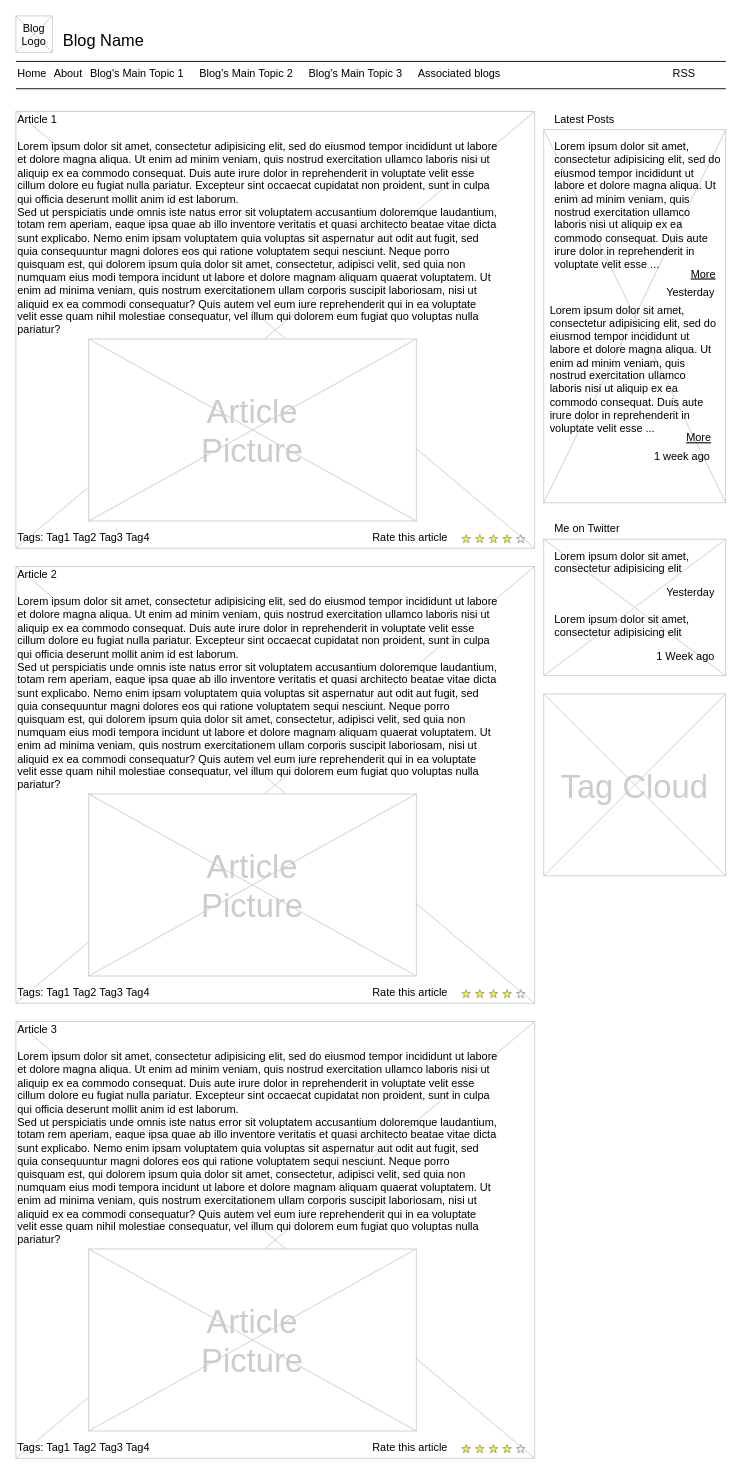
Above: page "HomePage" (1 of 2) of designDocs/QuizEngine.drawio in byui-cit-internship/QuizEngine (draw.io), before the change. Source tidied: cells renumbered, new cells numbered last; positions are measured from the earlier drawing's top-left corner, leaving out a move shared by most shapes. Both pictures are drawn from the tidied source at 91%, with x=0, y=0 at pixel (15, 15).
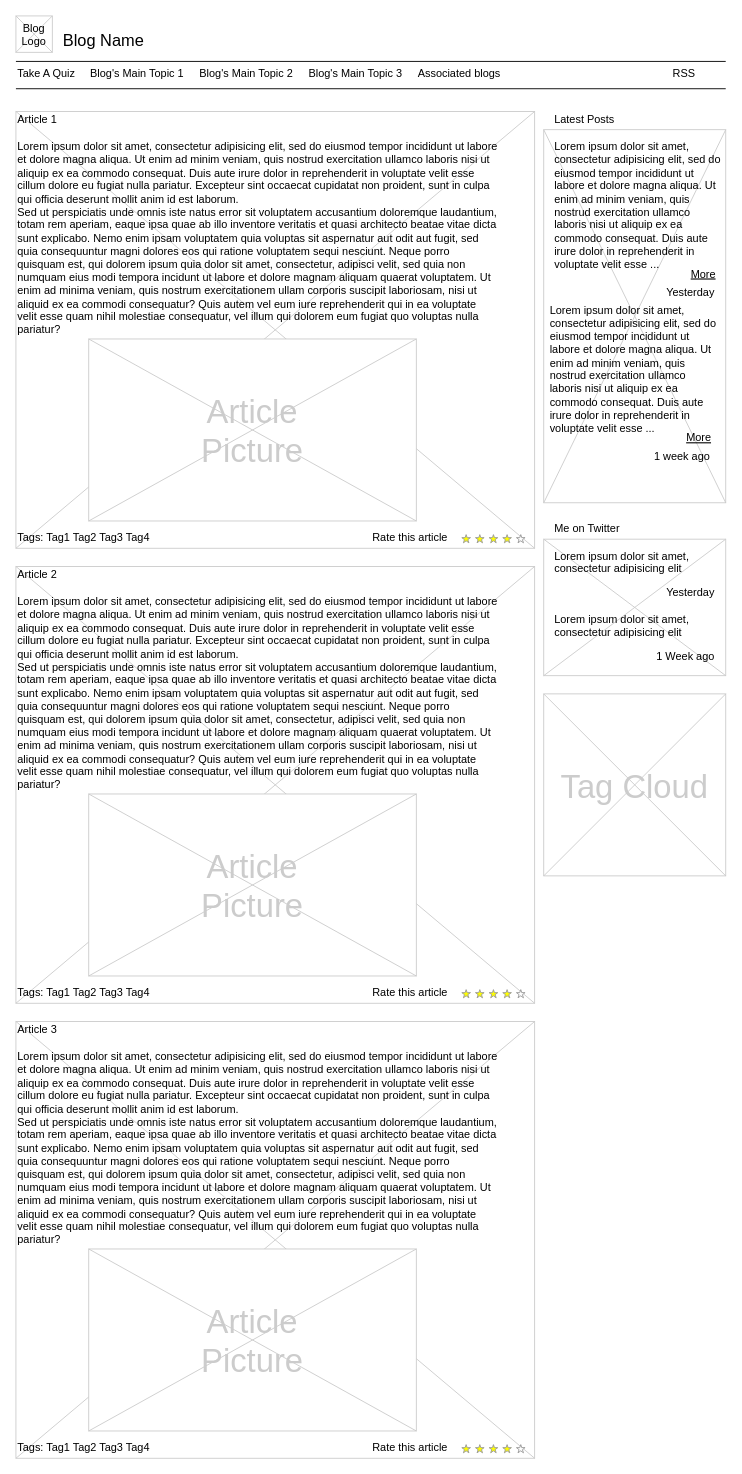
The same diagram, later.

Change to the diagram source:
```diff
@@
-    <mxCell id="7" value="Home" style="text;spacingTop=-5;" parent="1" vertex="1">
+    <mxCell id="7" value="Take A Quiz" style="text;spacingTop=-5;" parent="1" vertex="1">
       <mxGeometry y="55" width="30" height="20" as="geometry" />
     </mxCell>
-    <mxCell id="8" value="About" style="text;spacingTop=-5;" parent="1" vertex="1">
-      <mxGeometry x="40" y="55" width="30" height="20" as="geometry" />
-    </mxCell>
```
